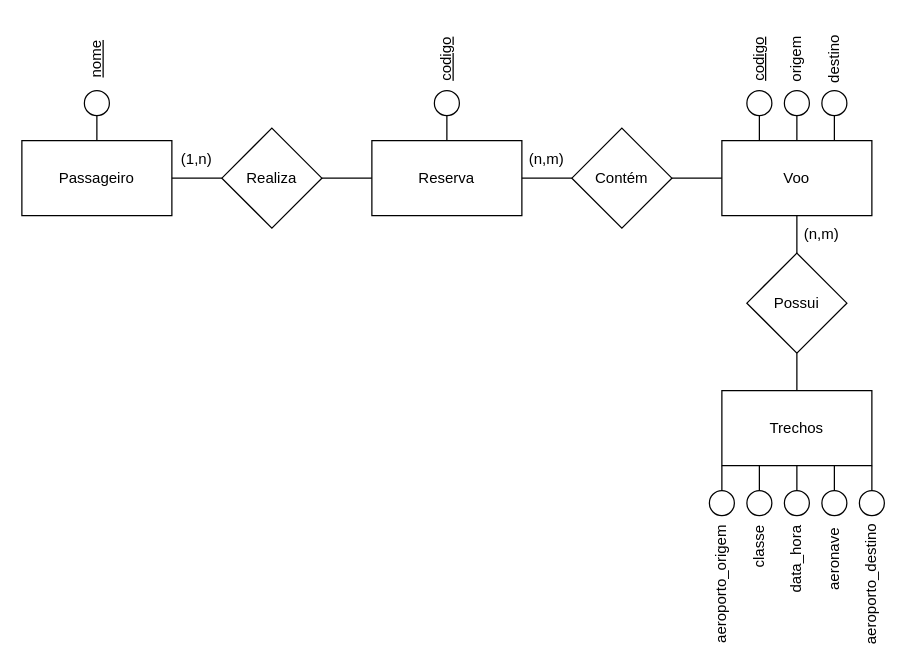
Above: Lista1_28-03/Ex3.drawio in andreeeeeeeee/Engenharia_Software (draw.io), before the change. Source tidied: cells renumbered, new cells numbered last; positions are measured from the earlier drawing's top-left corner, leaving out a move shared by most shapes. Both pictures are drawn from the tidied source at 125%, with x=0, y=0 at pixel (21, 40).
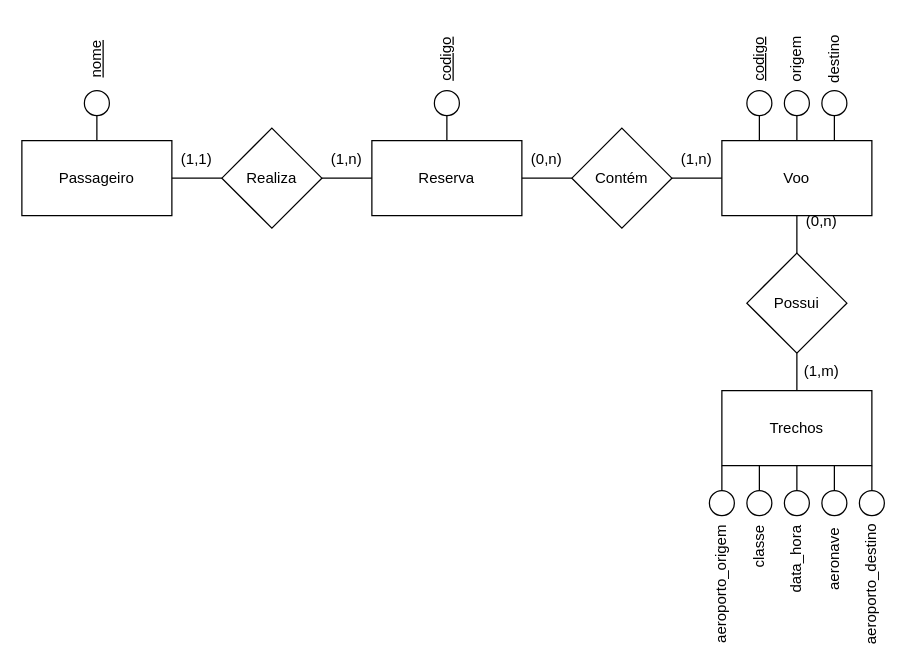
Above is the later version.

Diff of the diagram source:
```diff
@@
     <mxCell id="45" value="(1,n)" style="text;html=1;strokeColor=none;fillColor=none;align=center;verticalAlign=middle;whiteSpace=wrap;rounded=0;" parent="1" vertex="1">
-      <mxGeometry x="110" y="80" width="60" height="30" as="geometry" />
+      <mxGeometry x="230" y="80" width="60" height="30" as="geometry" />
     </mxCell>
-    <mxCell id="46" value="(n,m)" style="text;html=1;strokeColor=none;fillColor=none;align=center;verticalAlign=middle;whiteSpace=wrap;rounded=0;" parent="1" vertex="1">
+    <mxCell id="46" value="(0,n)" style="text;html=1;strokeColor=none;fillColor=none;align=center;verticalAlign=middle;whiteSpace=wrap;rounded=0;" parent="1" vertex="1">
       <mxGeometry x="390" y="80" width="60" height="30" as="geometry" />
     </mxCell>
-    <mxCell id="47" value="(n,m)" style="text;html=1;strokeColor=none;fillColor=none;align=center;verticalAlign=middle;whiteSpace=wrap;rounded=0;" parent="1" vertex="1">
-      <mxGeometry x="610" y="140" width="60" height="30" as="geometry" />
+    <mxCell id="47" value="(1,m)" style="text;html=1;strokeColor=none;fillColor=none;align=center;verticalAlign=middle;whiteSpace=wrap;rounded=0;" parent="1" vertex="1">
+      <mxGeometry x="610" y="250" width="60" height="30" as="geometry" />
     </mxCell>
+    <mxCell id="48" value="(1,1)" style="text;html=1;strokeColor=none;fillColor=none;align=center;verticalAlign=middle;whiteSpace=wrap;rounded=0;" parent="1" vertex="1">
+      <mxGeometry x="110" y="80" width="60" height="30" as="geometry" />
+    </mxCell>
+    <mxCell id="49" value="(1,n)" style="text;html=1;strokeColor=none;fillColor=none;align=center;verticalAlign=middle;whiteSpace=wrap;rounded=0;" parent="1" vertex="1">
+      <mxGeometry x="510" y="80" width="60" height="30" as="geometry" />
+    </mxCell>
+    <mxCell id="50" value="(0,n)" style="text;html=1;strokeColor=none;fillColor=none;align=center;verticalAlign=middle;whiteSpace=wrap;rounded=0;" parent="1" vertex="1">
+      <mxGeometry x="610" y="130" width="60" height="30" as="geometry" />
+    </mxCell>
```
